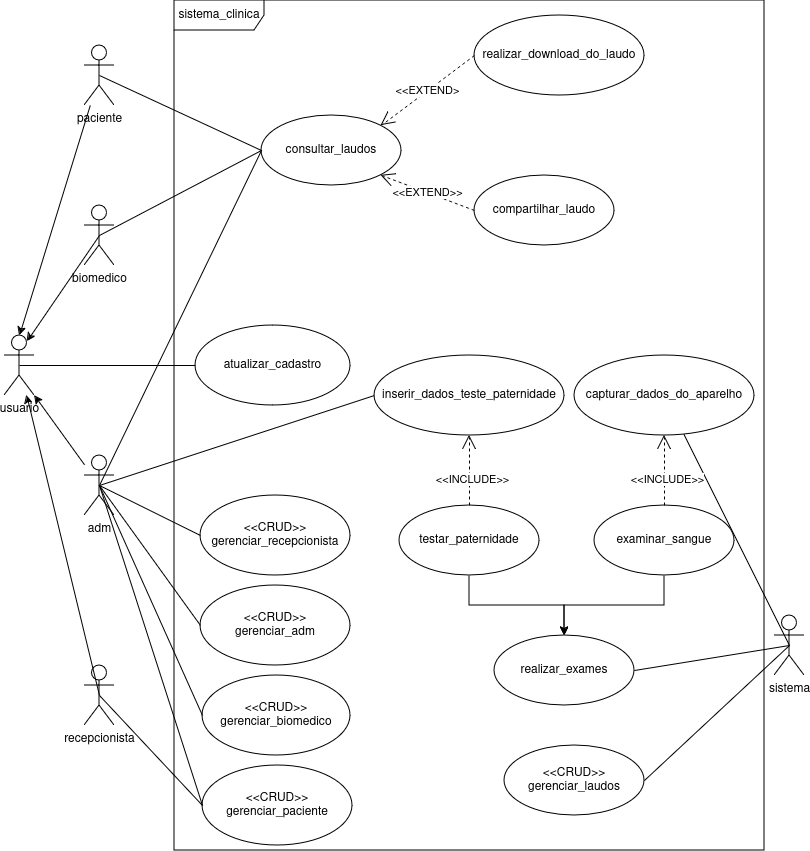
Earlier version of the draw.io export docs/img/diagramas/caso_de_uso.png (UniFil-NPI/ProjetoAnalisesClinicas). Source tidied: cells renumbered, new cells last; positions are measured from the earlier drawing's top-left corner, leaving out a move shared by most shapes.
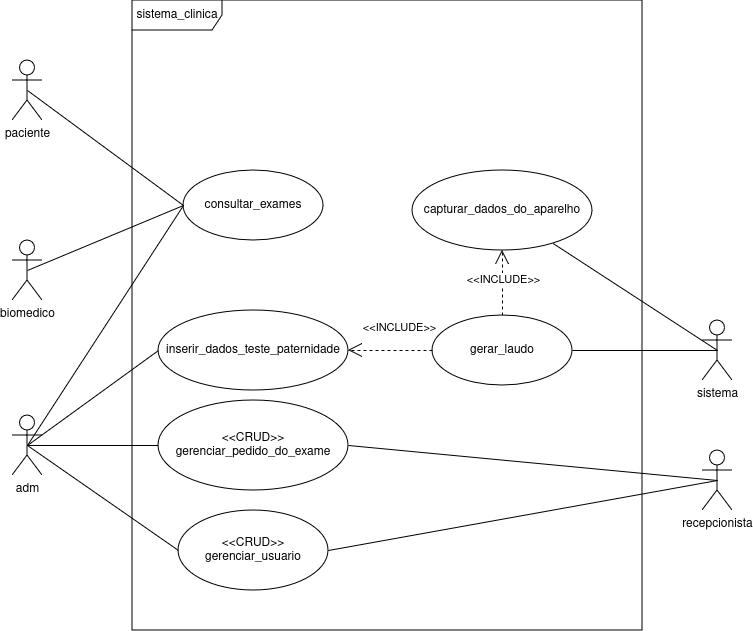
The same file after the commit.

Commit message:
Especificação do caso de uso gerenciar_usuario feita

The edit, as a diff of the source:
```diff
@@ -3,58 +3,43 @@
     <mxCell id="0" />
     <mxCell id="1" parent="0" />
     <mxCell id="2" value="paciente" style="shape=umlActor;verticalLabelPosition=bottom;verticalAlign=top;html=1;labelBackgroundColor=none;shadow=0;" parent="1" vertex="1">
-      <mxGeometry x="80" y="45" width="30" height="60" as="geometry" />
+      <mxGeometry x="50" y="105" width="30" height="60" as="geometry" />
     </mxCell>
+    <mxCell id="50" style="rounded=0;jettySize=auto;html=1;exitX=0.5;exitY=0.5;exitDx=0;exitDy=0;exitPerimeter=0;entryX=1;entryY=0.5;entryDx=0;entryDy=0;endArrow=none;endFill=0;" parent="1" edge="1" source="3" target="14">
+      <mxGeometry relative="1" as="geometry" />
+    </mxCell>
     <mxCell id="3" value="recepcionista" style="shape=umlActor;verticalLabelPosition=bottom;verticalAlign=top;html=1;" parent="1" vertex="1">
-      <mxGeometry x="80" y="665" width="30" height="60" as="geometry" />
+      <mxGeometry x="740" y="495" width="30" height="60" as="geometry" />
     </mxCell>
     <mxCell id="4" style="rounded=0;jettySize=auto;html=1;exitX=0.5;exitY=0.5;exitDx=0;exitDy=0;exitPerimeter=0;entryX=0;entryY=0.5;entryDx=0;entryDy=0;endArrow=none;endFill=0;" parent="1" edge="1" source="5" target="46">
       <mxGeometry relative="1" as="geometry" />
     </mxCell>
+    <mxCell id="51" style="rounded=0;jettySize=auto;html=1;entryX=0;entryY=0.5;entryDx=0;entryDy=0;endArrow=none;endFill=0;startSize=0;jumpSize=0;endSize=0;exitX=0.5;exitY=0.5;exitDx=0;exitDy=0;exitPerimeter=0;" parent="1" edge="1" source="5" target="14">
+      <mxGeometry relative="1" as="geometry" />
+    </mxCell>
     <mxCell id="5" value="adm" style="shape=umlActor;verticalLabelPosition=bottom;verticalAlign=top;html=1;" parent="1" vertex="1">
-      <mxGeometry x="80" y="455" width="30" height="60" as="geometry" />
+      <mxGeometry x="50" y="460" width="30" height="60" as="geometry" />
     </mxCell>
-    <mxCell id="6" style="edgeStyle=none;rounded=0;jettySize=auto;html=1;exitX=0.5;exitY=0.5;exitDx=0;exitDy=0;exitPerimeter=0;entryX=0.75;entryY=0.1;entryDx=0;entryDy=0;entryPerimeter=0;" parent="1" edge="1" source="7" target="22">
-      <mxGeometry relative="1" as="geometry" />
-    </mxCell>
     <mxCell id="7" value="biomedico" style="shape=umlActor;verticalLabelPosition=bottom;verticalAlign=top;html=1;" parent="1" vertex="1">
-      <mxGeometry x="80" y="205" width="30" height="60" as="geometry" />
+      <mxGeometry x="50" y="285" width="30" height="60" as="geometry" />
     </mxCell>
     <mxCell id="8" value="sistema_clinica" style="shape=umlFrame;whiteSpace=wrap;html=1;width=90;height=30;" parent="1" vertex="1">
-      <mxGeometry x="170" width="590" height="850" as="geometry" />
+      <mxGeometry x="170" y="45" width="510" height="630" as="geometry" />
     </mxCell>
-    <mxCell id="9" value="atualizar_cadastro" style="ellipse;whiteSpace=wrap;html=1;" parent="1" vertex="1">
-      <mxGeometry x="191" y="325" width="155" height="80" as="geometry" />
-    </mxCell>
-    <mxCell id="10" value="consultar_laudos" style="ellipse;whiteSpace=wrap;html=1;" parent="1" vertex="1">
-      <mxGeometry x="257" y="115" width="140" height="70" as="geometry" />
+    <mxCell id="10" value="consultar_exames" style="ellipse;whiteSpace=wrap;html=1;" parent="1" vertex="1">
+      <mxGeometry x="221" y="215" width="140" height="70" as="geometry" />
     </mxCell>
-    <mxCell id="11" value="&lt;div&gt;&amp;lt;&amp;lt;CRUD&amp;gt;&amp;gt;&lt;/div&gt;&lt;div&gt;gerenciar_paciente&lt;br&gt;&lt;/div&gt;" style="ellipse;whiteSpace=wrap;html=1;" parent="1" vertex="1">
-      <mxGeometry x="198" y="765" width="150" height="80" as="geometry" />
+    <mxCell id="11" value="&lt;div&gt;&amp;lt;&amp;lt;CRUD&amp;gt;&amp;gt;&lt;/div&gt;&lt;div&gt;gerenciar_usuario&lt;br&gt;&lt;/div&gt;" style="ellipse;whiteSpace=wrap;html=1;" parent="1" vertex="1">
+      <mxGeometry x="216" y="555" width="150" height="80" as="geometry" />
     </mxCell>
-    <mxCell id="12" value="&lt;div&gt;&amp;lt;&amp;lt;CRUD&amp;gt;&amp;gt;&lt;/div&gt;&lt;div&gt;gerenciar_biomedico&lt;br&gt;&lt;/div&gt;" style="ellipse;whiteSpace=wrap;html=1;" parent="1" vertex="1">
-      <mxGeometry x="198" y="675" width="148" height="80" as="geometry" />
-    </mxCell>
-    <mxCell id="13" value="&lt;div&gt;&amp;lt;&amp;lt;CRUD&amp;gt;&amp;gt;&lt;/div&gt;&lt;div&gt;gerenciar_recepcionista&lt;br&gt;&lt;/div&gt;" style="ellipse;whiteSpace=wrap;html=1;" parent="1" vertex="1">
-      <mxGeometry x="196" y="495" width="150" height="80" as="geometry" />
-    </mxCell>
-    <mxCell id="14" value="&amp;lt;&amp;lt;CRUD&amp;gt;&amp;gt;&lt;br&gt;gerenciar_laudos" style="ellipse;whiteSpace=wrap;html=1;" parent="1" vertex="1">
-      <mxGeometry x="500" y="745" width="140" height="70" as="geometry" />
+    <mxCell id="14" value="&amp;lt;&amp;lt;CRUD&amp;gt;&amp;gt;&lt;br&gt;gerenciar_pedido_do_exame" style="ellipse;whiteSpace=wrap;html=1;" parent="1" vertex="1">
+      <mxGeometry x="196" y="445" width="190" height="90" as="geometry" />
     </mxCell>
     <mxCell id="15" value="sistema" style="shape=umlActor;verticalLabelPosition=bottom;verticalAlign=top;html=1;" parent="1" vertex="1">
-      <mxGeometry x="770" y="615" width="30" height="60" as="geometry" />
+      <mxGeometry x="740" y="365" width="30" height="60" as="geometry" />
     </mxCell>
-    <mxCell id="16" value="realizar_download_do_laudo" style="ellipse;whiteSpace=wrap;html=1;" parent="1" vertex="1">
-      <mxGeometry x="470" y="15" width="170" height="80" as="geometry" />
-    </mxCell>
-    <mxCell id="17" value="compartilhar_laudo" style="ellipse;whiteSpace=wrap;html=1;" parent="1" vertex="1">
-      <mxGeometry x="470" y="175" width="140" height="70" as="geometry" />
-    </mxCell>
-    <mxCell id="18" value="&lt;div&gt;&amp;lt;&amp;lt;CRUD&amp;gt;&amp;gt;&lt;/div&gt;&lt;div&gt;gerenciar_adm&lt;br&gt;&lt;/div&gt;" style="ellipse;whiteSpace=wrap;html=1;" parent="1" vertex="1">
-      <mxGeometry x="196" y="585" width="150" height="80" as="geometry" />
-    </mxCell>
     <mxCell id="19" value="&lt;div&gt;capturar_dados_do_aparelho&lt;/div&gt;" style="ellipse;whiteSpace=wrap;html=1;" parent="1" vertex="1">
-      <mxGeometry x="570" y="355" width="180" height="80" as="geometry" />
+      <mxGeometry x="450" y="215" width="180" height="80" as="geometry" />
     </mxCell>
     <mxCell id="20" style="edgeStyle=none;rounded=0;orthogonalLoop=1;jettySize=auto;html=1;exitX=0;exitY=1;exitDx=0;exitDy=0;" parent="1" edge="1">
       <mxGeometry relative="1" as="geometry">
@@ -68,48 +53,18 @@
         <mxPoint x="510" y="594.5" as="targetPoint" />
       </mxGeometry>
     </mxCell>
-    <mxCell id="22" value="usuario" style="shape=umlActor;verticalLabelPosition=bottom;verticalAlign=top;html=1;" parent="1" vertex="1">
-      <mxGeometry y="335" width="30" height="60" as="geometry" />
-    </mxCell>
-    <mxCell id="23" value="&amp;lt;&amp;lt;EXTEND&amp;gt;" style="endArrow=open;endSize=12;dashed=1;html=1;rounded=0;exitX=0;exitY=0.5;exitDx=0;exitDy=0;entryX=1;entryY=0;entryDx=0;entryDy=0;" parent="1" edge="1" source="16" target="10">
-      <mxGeometry relative="1" as="geometry" />
-    </mxCell>
-    <mxCell id="24" value="&amp;lt;&amp;lt;EXTEND&amp;gt;&amp;gt;" style="endArrow=open;endSize=12;dashed=1;html=1;rounded=0;exitX=0;exitY=0.5;exitDx=0;exitDy=0;entryX=1;entryY=1;entryDx=0;entryDy=0;" parent="1" edge="1" source="17" target="10">
-      <mxGeometry relative="1" as="geometry" />
-    </mxCell>
-    <mxCell id="25" style="edgeStyle=none;rounded=0;jettySize=auto;html=1;entryX=1;entryY=1;entryDx=0;entryDy=0;entryPerimeter=0;" parent="1" edge="1" source="5" target="22">
-      <mxGeometry relative="1" as="geometry" />
-    </mxCell>
-    <mxCell id="26" style="edgeStyle=none;rounded=0;jettySize=auto;html=1;entryX=0.5;entryY=0;entryDx=0;entryDy=0;entryPerimeter=0;" parent="1" edge="1" source="2" target="22">
-      <mxGeometry relative="1" as="geometry" />
-    </mxCell>
-    <mxCell id="27" style="edgeStyle=none;rounded=0;jettySize=auto;html=1;exitX=0.5;exitY=0.5;exitDx=0;exitDy=0;exitPerimeter=0;" parent="1" edge="1" source="3" target="22">
-      <mxGeometry relative="1" as="geometry" />
-    </mxCell>
-    <mxCell id="28" value="realizar_exames" style="ellipse;whiteSpace=wrap;html=1;" parent="1" vertex="1">
-      <mxGeometry x="490" y="635" width="140" height="70" as="geometry" />
+    <mxCell id="28" value="gerar_laudo" style="ellipse;whiteSpace=wrap;html=1;" parent="1" vertex="1">
+      <mxGeometry x="470" y="360" width="140" height="70" as="geometry" />
     </mxCell>
-    <mxCell id="29" style="endArrow=none;html=1;rounded=0;exitX=0.5;exitY=0.5;exitDx=0;exitDy=0;exitPerimeter=0;entryX=0;entryY=0.5;entryDx=0;entryDy=0;" parent="1" edge="1" source="5" target="13">
-      <mxGeometry relative="1" as="geometry" />
-    </mxCell>
-    <mxCell id="30" style="endArrow=none;html=1;rounded=0;exitX=0.5;exitY=0.5;exitDx=0;exitDy=0;exitPerimeter=0;entryX=0;entryY=0.5;entryDx=0;entryDy=0;" parent="1" edge="1" source="3" target="11">
+    <mxCell id="30" style="endArrow=none;html=1;rounded=0;exitX=0.5;exitY=0.5;exitDx=0;exitDy=0;exitPerimeter=0;entryX=1;entryY=0.5;entryDx=0;entryDy=0;" parent="1" edge="1" source="3" target="11">
       <mxGeometry relative="1" as="geometry" />
     </mxCell>
-    <mxCell id="31" style="endArrow=none;html=1;rounded=0;exitX=0.5;exitY=0.5;exitDx=0;exitDy=0;exitPerimeter=0;entryX=0;entryY=0.5;entryDx=0;entryDy=0;" parent="1" edge="1" source="5" target="18">
-      <mxGeometry relative="1" as="geometry" />
-    </mxCell>
-    <mxCell id="32" style="endArrow=none;html=1;rounded=0;exitX=0.5;exitY=0.5;exitDx=0;exitDy=0;exitPerimeter=0;entryX=0;entryY=0.5;entryDx=0;entryDy=0;" parent="1" edge="1" source="5" target="12">
-      <mxGeometry relative="1" as="geometry" />
-    </mxCell>
     <mxCell id="33" style="endArrow=none;html=1;rounded=0;exitX=0.5;exitY=0.5;exitDx=0;exitDy=0;exitPerimeter=0;entryX=0;entryY=0.5;entryDx=0;entryDy=0;" parent="1" edge="1" source="5" target="11">
       <mxGeometry relative="1" as="geometry" />
     </mxCell>
     <mxCell id="34" style="endArrow=none;html=1;rounded=0;entryX=0.5;entryY=0.5;entryDx=0;entryDy=0;entryPerimeter=0;exitX=1;exitY=0.5;exitDx=0;exitDy=0;" parent="1" edge="1" source="28" target="15">
       <mxGeometry relative="1" as="geometry" />
     </mxCell>
-    <mxCell id="35" style="endArrow=none;html=1;rounded=0;entryX=0.5;entryY=0.5;entryDx=0;entryDy=0;entryPerimeter=0;exitX=1;exitY=0.5;exitDx=0;exitDy=0;" parent="1" edge="1" source="14" target="15">
-      <mxGeometry relative="1" as="geometry" />
-    </mxCell>
     <mxCell id="36" style="endArrow=none;html=1;rounded=0;exitX=0.5;exitY=0.5;exitDx=0;exitDy=0;exitPerimeter=0;entryX=0;entryY=0.5;entryDx=0;entryDy=0;" parent="1" edge="1" source="7" target="10">
       <mxGeometry relative="1" as="geometry" />
     </mxCell>
@@ -119,38 +74,27 @@
     <mxCell id="38" style="endArrow=none;html=1;rounded=0;exitX=0.5;exitY=0.5;exitDx=0;exitDy=0;exitPerimeter=0;entryX=0;entryY=0.5;entryDx=0;entryDy=0;" parent="1" edge="1" source="5" target="10">
       <mxGeometry relative="1" as="geometry" />
     </mxCell>
-    <mxCell id="39" style="endArrow=none;html=1;rounded=0;exitX=0.5;exitY=0.5;exitDx=0;exitDy=0;exitPerimeter=0;entryX=0;entryY=0.5;entryDx=0;entryDy=0;" parent="1" edge="1" source="22" target="9">
-      <mxGeometry relative="1" as="geometry" />
-    </mxCell>
-    <mxCell id="40" style="edgeStyle=orthogonalEdgeStyle;rounded=0;jettySize=auto;html=1;exitX=0.5;exitY=1;exitDx=0;exitDy=0;" parent="1" edge="1" source="41" target="28">
-      <mxGeometry relative="1" as="geometry" />
-    </mxCell>
-    <mxCell id="41" value="examinar_sangue" style="ellipse;whiteSpace=wrap;html=1;" parent="1" vertex="1">
-      <mxGeometry x="590" y="505" width="140" height="70" as="geometry" />
-    </mxCell>
-    <mxCell id="42" style="edgeStyle=orthogonalEdgeStyle;rounded=0;jettySize=auto;html=1;exitX=0.5;exitY=1;exitDx=0;exitDy=0;entryX=0.5;entryY=0;entryDx=0;entryDy=0;" parent="1" edge="1" source="45" target="28">
-      <mxGeometry relative="1" as="geometry" />
-    </mxCell>
-    <mxCell id="43" style="edgeStyle=orthogonalEdgeStyle;rounded=0;jettySize=auto;html=1;exitX=0.5;exitY=0;exitDx=0;exitDy=0;entryX=0.5;entryY=1;entryDx=0;entryDy=0;dashed=1;endArrow=open;endFill=0;endSize=12;" parent="1" edge="1" source="45" target="46">
+    <mxCell id="43" style="edgeStyle=orthogonalEdgeStyle;rounded=0;jettySize=auto;html=1;exitX=0;exitY=0.5;exitDx=0;exitDy=0;entryX=1;entryY=0.5;entryDx=0;entryDy=0;dashed=1;endArrow=open;endFill=0;endSize=12;" parent="1" edge="1" source="28" target="46">
       <mxGeometry relative="1" as="geometry" />
     </mxCell>
     <mxCell id="44" value="&amp;lt;&amp;lt;INCLUDE&amp;gt;&amp;gt;" style="edgeLabel;html=1;align=center;verticalAlign=middle;" parent="43" vertex="1">
-      <mxGeometry x="-0.24" y="-2" relative="1" as="geometry" />
+      <mxGeometry x="-0.24" y="-2" relative="1" as="geometry">
+        <mxPoint x="-2" y="-22" as="offset" />
+      </mxGeometry>
     </mxCell>
-    <mxCell id="45" value="testar_paternidade" style="ellipse;whiteSpace=wrap;html=1;" parent="1" vertex="1">
-      <mxGeometry x="395" y="505" width="140" height="70" as="geometry" />
-    </mxCell>
-    <mxCell id="46" value="&lt;div align=&quot;center&quot;&gt;inserir_dados_teste_paternidade&lt;/div&gt;" style="ellipse;whiteSpace=wrap;html=1;align=center;" parent="1" vertex="1">
-      <mxGeometry x="370" y="355" width="190" height="80" as="geometry" />
+    <mxCell id="46" value="&lt;div align=&quot;center&quot;&gt;inserir_dados_teste_paternidade&lt;/div&gt;" style="ellipse;whiteSpace=wrap;html=1;align=center;horizontal=1;verticalAlign=middle;" parent="1" vertex="1">
+      <mxGeometry x="196" y="355" width="190" height="80" as="geometry" />
     </mxCell>
     <mxCell id="47" style="rounded=0;jettySize=auto;html=1;exitX=0.5;exitY=0.5;exitDx=0;exitDy=0;exitPerimeter=0;endArrow=none;endFill=0;endSize=0;startSize=0;" parent="1" edge="1" source="15" target="19">
       <mxGeometry relative="1" as="geometry" />
     </mxCell>
-    <mxCell id="48" style="edgeStyle=orthogonalEdgeStyle;rounded=0;jettySize=auto;html=1;entryX=0.5;entryY=1;entryDx=0;entryDy=0;dashed=1;endArrow=open;endFill=0;endSize=12;exitX=0.5;exitY=0;exitDx=0;exitDy=0;" parent="1" edge="1" source="41" target="19">
+    <mxCell id="48" style="edgeStyle=orthogonalEdgeStyle;rounded=0;jettySize=auto;html=1;entryX=0.5;entryY=1;entryDx=0;entryDy=0;dashed=1;endArrow=open;endFill=0;endSize=12;exitX=0.5;exitY=0;exitDx=0;exitDy=0;" parent="1" edge="1" source="28" target="19">
       <mxGeometry relative="1" as="geometry" />
     </mxCell>
     <mxCell id="49" value="&amp;lt;&amp;lt;INCLUDE&amp;gt;&amp;gt;" style="edgeLabel;html=1;align=center;verticalAlign=middle;" parent="48" vertex="1">
-      <mxGeometry x="-0.24" y="-2" relative="1" as="geometry" />
+      <mxGeometry x="-0.24" y="-2" relative="1" as="geometry">
+        <mxPoint x="-2" y="-12" as="offset" />
+      </mxGeometry>
     </mxCell>
   </root>
 </mxGraphModel>
```
